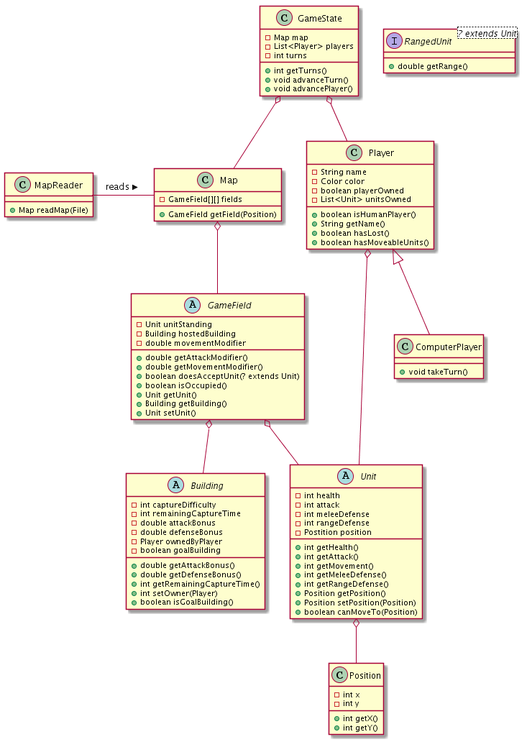
Earlier version of the PlantUML export doc/uml.png (Fuuzetsu/dragon-wars). Source of this version:
```plantuml
@startuml
GameState o-- Map
GameState o-- Player
MapReader - Map : reads >
Map o-- GameField
GameField o-- Building
GameField o-- Unit
Unit o-- Position
Player o-- Unit
Player <|-- ComputerPlayer


class GameState {
      -Map map
      -List<Player> players
      -int turns
      +int getTurns()
      +void advanceTurn()
      +void advancePlayer()
}

class Map {
      -GameField[][] fields
      +GameField getField(Position)
}

class Position {
      -int x
      -int y
      +int getX()
      +int getY()
}

class MapReader {
      +Map readMap(File)
}

abstract class Unit {
      -int health
      -int attack
      -int meleeDefense
      -int rangeDefense
      -Postition position
      +int getHealth()
      +int getAttack()
      +int getMovement()
      +int getMeleeDefense()
      +int getRangeDefense()
      +Position getPosition()
      +Position setPosition(Position)
      +boolean canMoveTo(Position)
}


class Player {
      -String name
      -Color color
      -boolean playerOwned
      -List<Unit> unitsOwned
      +boolean isHumanPlayer()
      +String getName()
      +boolean hasLost()
      +boolean hasMoveableUnits()
}

class ComputerPlayer {
      +void takeTurn()
}

abstract class Building {
      -int captureDifficulty
      -int remainingCaptureTime
      -double attackBonus
      -double defenseBonus
      -Player ownedByPlayer
      -boolean goalBuilding
      +double getAttackBonus()
      +double getDefenseBonus()
      +int getRemainingCaptureTime()
      +int setOwner(Player)
      +boolean isGoalBuilding()
}

abstract class GameField {
      -Unit unitStanding
      -Building hostedBuilding
      -double movementModifier
      +double getAttackModifier()
      +double getMovementModifier()
      +boolean doesAcceptUnit(? extends Unit)
      +boolean isOccupied()
      +Unit getUnit()
      +Building getBuilding()
      +Unit setUnit()
}

interface RangedUnit<? extends Unit> {
      +double getRange()
}



@enduml
```
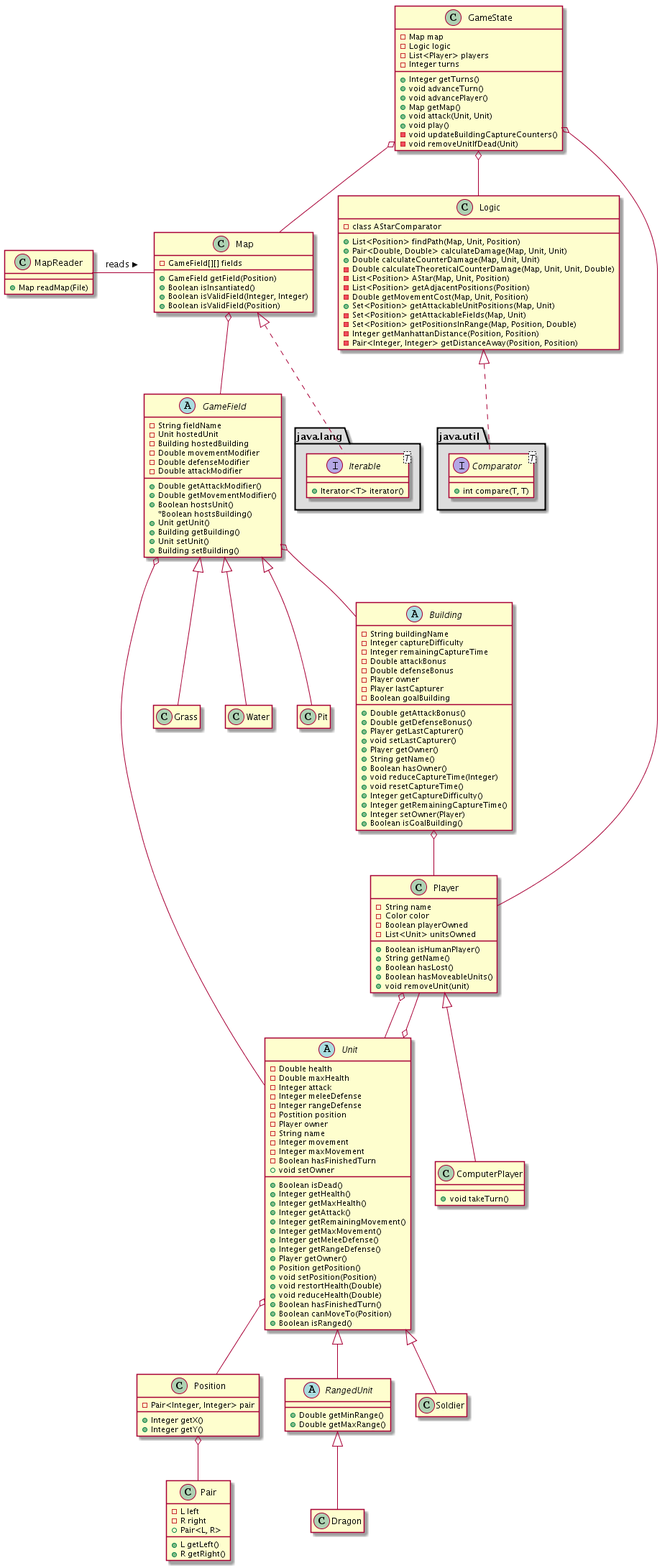
After the change.

The edit, as a diff of the source:
```diff
@@ -1,66 +1,140 @@
 @startuml
 GameState o-- Map
+GameState o-- Logic
 GameState o-- Player
+Building o-- Player
 MapReader - Map : reads >
 Map o-- GameField
+Map <|.. java.lang.Iterable
+Logic <|.. java.util.Comparator
 GameField o-- Building
 GameField o-- Unit
+Position o-- Pair
 Unit o-- Position
+Unit o-- Player
 Player o-- Unit
 Player <|-- ComputerPlayer
+Unit <|-- RangedUnit
+RangedUnit <|-- Dragon
+Unit <|-- Soldier
+GameField <|-- Grass
+GameField <|-- Water
+GameField <|-- Pit
 
 
 class GameState {
       -Map map
+      -Logic logic
       -List<Player> players
-      -int turns
-      +int getTurns()
+      -Integer turns
+      +Integer getTurns()
       +void advanceTurn()
       +void advancePlayer()
+      +Map getMap()
+      +void attack(Unit, Unit)
+      +void play()
+      -void updateBuildingCaptureCounters()
+      -void removeUnitIfDead(Unit)
+
 }
 
 class Map {
       -GameField[][] fields
       +GameField getField(Position)
+      +Boolean isInsantiated()
+      +Boolean isValidField(Integer, Integer)
+      +Boolean isValidField(Position)
+}
+
+namespace java.util #DDDDDD {
+      interface Comparator<T> {
+            +int compare(T, T)
+      }
+}
+
+
+namespace java.lang #DDDDDD {
+      interface Iterable<T> {
+            +Iterator<T> iterator()
+      }
 }
 
 class Position {
-      -int x
-      -int y
-      +int getX()
-      +int getY()
+      -Pair<Integer, Integer> pair
+      +Integer getX()
+      +Integer getY()
 }
 
 class MapReader {
       +Map readMap(File)
 }
 
-abstract class Unit {
-      -int health
-      -int attack
-      -int meleeDefense
-      -int rangeDefense
-      -Postition position
-      +int getHealth()
-      +int getAttack()
-      +int getMovement()
-      +int getMeleeDefense()
-      +int getRangeDefense()
-      +Position getPosition()
-      +Position setPosition(Position)
-      +boolean canMoveTo(Position)
+class Pair {
+      -L left
+      -R right
+      +Pair<L, R>
+      +L getLeft()
+      +R getRight()
 }
 
+abstract class Unit {
+      -Double health
+      -Double maxHealth
+      -Integer attack
+      -Integer meleeDefense
+      -Integer rangeDefense
+      -Postition position
+      -Player owner
+      -String name
+      -Integer movement
+      -Integer maxMovement
+      -Boolean hasFinishedTurn
+      +Boolean isDead()
+      +Integer getHealth()
+      +Integer getMaxHealth()
+      +Integer getAttack()
+      +Integer getRemainingMovement()
+      +Integer getMaxMovement()
+      +Integer getMeleeDefense()
+      +Integer getRangeDefense()
+      +Player getOwner()
+      +void setOwner
+      +Position getPosition()
+      +void setPosition(Position)
+      +void restortHealth(Double)
+      +void reduceHealth(Double)
+      +Boolean hasFinishedTurn()
+      +Boolean canMoveTo(Position)
+      +Boolean isRanged()
+}
+
+class Logic {
+      +List<Position> findPath(Map, Unit, Position)
+      +Pair<Double, Double> calculateDamage(Map, Unit, Unit)
+      +Double calculateCounterDamage(Map, Unit, Unit)
+      -Double calculateTheoreticalCounterDamage(Map, Unit, Unit, Double)
+      -List<Position> AStar(Map, Unit, Position)
+      -List<Position> getAdjacentPositions(Position)
+      -class AStarComparator
+      -Double getMovementCost(Map, Unit, Position)
+      +Set<Position> getAttackableUnitPositions(Map, Unit)
+      -Set<Position> getAttackableFields(Map, Unit)
+      -Set<Position> getPositionsInRange(Map, Position, Double)
+      -Integer getManhattanDistance(Position, Position)
+      -Pair<Integer, Integer> getDistanceAway(Position, Position)
+
+}
 
 class Player {
       -String name
       -Color color
-      -boolean playerOwned
+      -Boolean playerOwned
       -List<Unit> unitsOwned
-      +boolean isHumanPlayer()
+      +Boolean isHumanPlayer()
       +String getName()
-      +boolean hasLost()
-      +boolean hasMoveableUnits()
+      +Boolean hasLost()
+      +Boolean hasMoveableUnits()
+      +void removeUnit(unit)
 }
 
 class ComputerPlayer {
@@ -68,36 +142,66 @@
 }
 
 abstract class Building {
-      -int captureDifficulty
-      -int remainingCaptureTime
-      -double attackBonus
-      -double defenseBonus
-      -Player ownedByPlayer
-      -boolean goalBuilding
-      +double getAttackBonus()
-      +double getDefenseBonus()
-      +int getRemainingCaptureTime()
-      +int setOwner(Player)
-      +boolean isGoalBuilding()
+      -String buildingName
+      -Integer captureDifficulty
+      -Integer remainingCaptureTime
+      -Double attackBonus
+      -Double defenseBonus
+      -Player owner
+      -Player lastCapturer
+      -Boolean goalBuilding
+      +Double getAttackBonus()
+      +Double getDefenseBonus()
+      +Player getLastCapturer()
+      +void setLastCapturer()
+      +Player getOwner()
+      +String getName()
+      +Boolean hasOwner()
+      +void reduceCaptureTime(Integer)
+      +void resetCaptureTime()
+      +Integer getCaptureDifficulty()
+      +Integer getRemainingCaptureTime()
+      +Integer setOwner(Player)
+      +Boolean isGoalBuilding()
 }
 
 abstract class GameField {
-      -Unit unitStanding
+      -String fieldName
+      -Unit hostedUnit
       -Building hostedBuilding
-      -double movementModifier
-      +double getAttackModifier()
-      +double getMovementModifier()
-      +boolean doesAcceptUnit(? extends Unit)
-      +boolean isOccupied()
+      -Double movementModifier
+      -Double defenseModifier
+      -Double attackModifier
+      +Double getAttackModifier()
+      +Double getMovementModifier()
+      +Boolean hostsUnit()
+      *Boolean hostsBuilding()
       +Unit getUnit()
       +Building getBuilding()
       +Unit setUnit()
+      +Building setBuilding()
 }
 
-interface RangedUnit<? extends Unit> {
-      +double getRange()
+abstract class RangedUnit {
+      +Double getMinRange()
+      +Double getMaxRange()
 }
 
+class Dragon {
+}
 
+class Soldier {
+}
+
+class Grass {
+}
+
+class Pit {
+}
+
+class Water {
+}
+
+hide empty members
 
 @enduml
```
